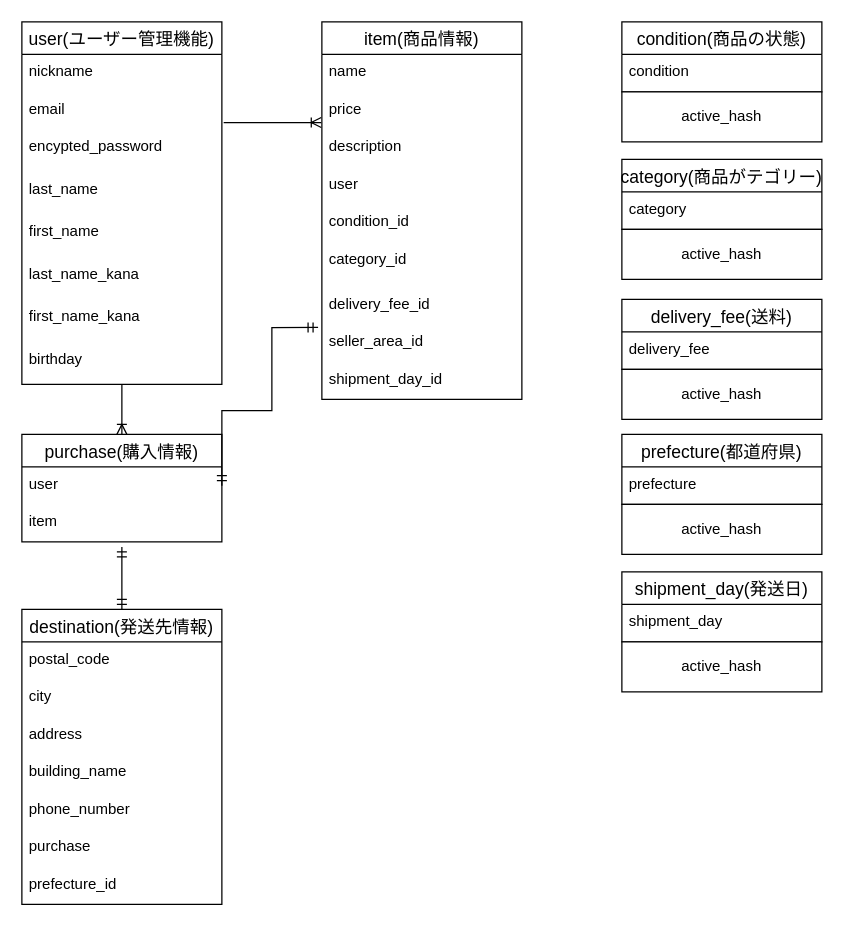
Above: furima.dio in syunatsu/furima-37905 (draw.io), before the change. Source tidied: cells renumbered, new cells numbered last; positions are measured from the earlier drawing's top-left corner, leaving out a move shared by most shapes. Both pictures are drawn from the tidied source at 125%, with x=0, y=0 at pixel (21, 21).
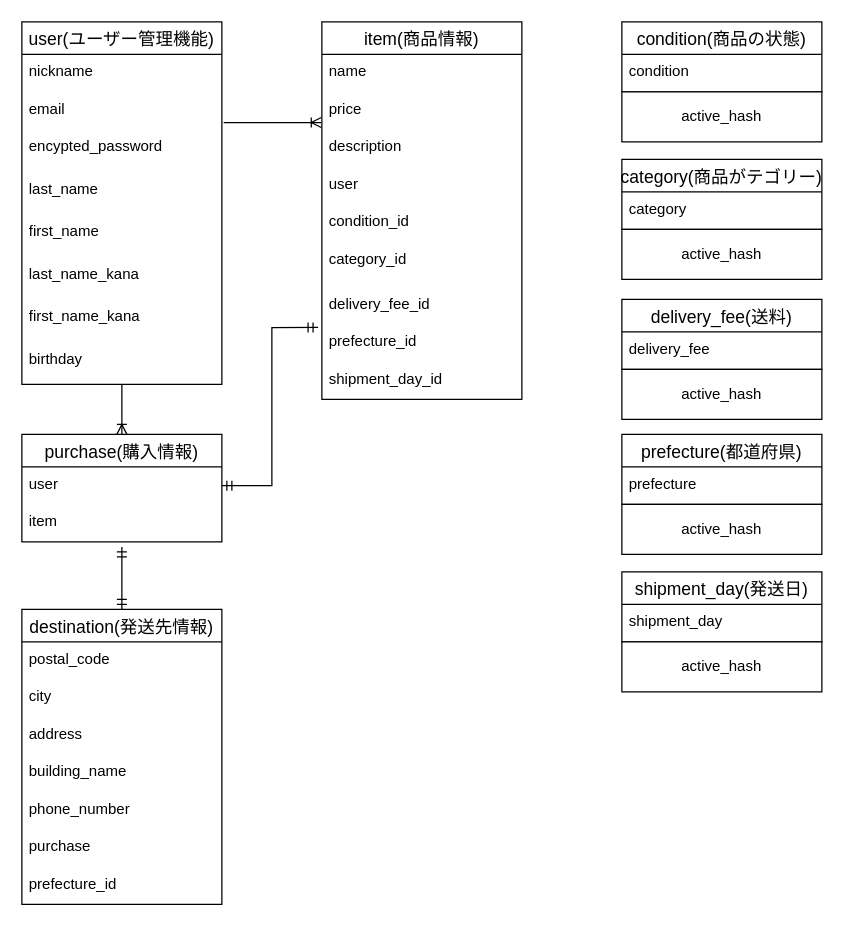
Above is the later version.

Commit message (it also covers changes not shown here):
ER図及びREAD MEの修正③

Unchanged cells that the change refers to:
```xml
<mxCell id="2" value="item(商品情報)" style="swimlane;fontStyle=0;horizontal=1;startSize=26;align=center;fontSize=14;" parent="1" vertex="1">
  <mxGeometry x="240" width="160" height="302" as="geometry" />
</mxCell>
<mxCell id="22" value="user" style="text;strokeColor=none;fillColor=none;spacingLeft=4;spacingRight=4;overflow=hidden;points=[[0,0.5],[1,0.5]];portConstraint=eastwest;fontSize=12;" parent="21" vertex="1">
  <mxGeometry y="26" width="160" height="30" as="geometry" />
</mxCell>
```

Change to the diagram source:
```diff
@@
-    <mxCell id="10" value="seller_area_id" style="text;strokeColor=none;fillColor=none;spacingLeft=4;spacingRight=4;overflow=hidden;points=[[0,0.5],[1,0.5]];portConstraint=eastwest;fontSize=12;" parent="2" vertex="1">
+    <mxCell id="10" value="prefecture_id" style="text;strokeColor=none;fillColor=none;spacingLeft=4;spacingRight=4;overflow=hidden;points=[[0,0.5],[1,0.5]];portConstraint=eastwest;fontSize=12;" parent="2" vertex="1">
       <mxGeometry y="242" width="160" height="30" as="geometry" />
     </mxCell>
@@
     <mxCell id="33" style="edgeStyle=orthogonalEdgeStyle;fontSize=12;html=1;endArrow=ERmandOne;startArrow=ERmandOne;exitX=1;exitY=0.5;exitDx=0;exitDy=0;rounded=0;entryX=-0.019;entryY=0.083;entryDx=0;entryDy=0;entryPerimeter=0;" parent="1" edge="1" source="22" target="10">
       <mxGeometry relative="1" as="geometry">
         <Array as="points">
-          <mxPoint x="200" y="311" />
-          <mxPoint x="200" y="245" />
+          <mxPoint x="200" y="371" />
+          <mxPoint x="200" y="244" />
         </Array>
       </mxGeometry>
     </mxCell>
```
